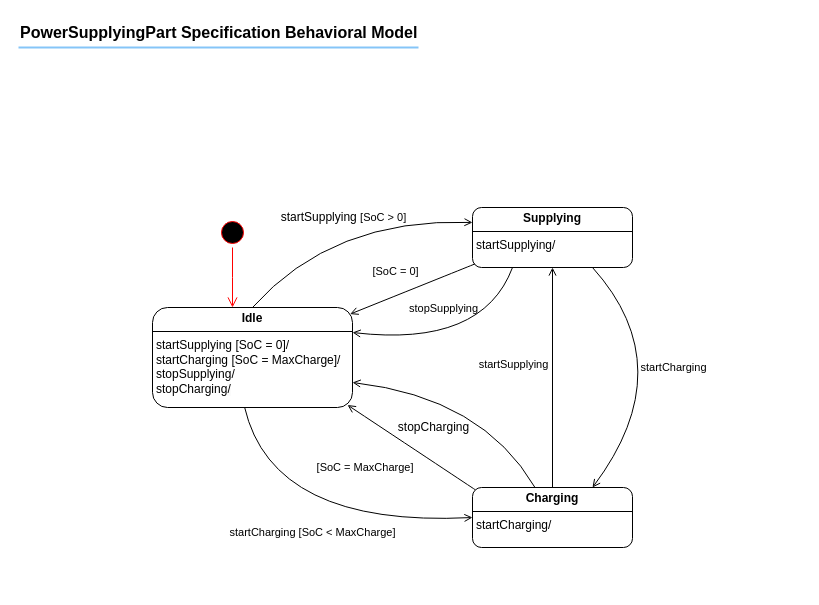
Before: version/4/KobrA_Specification-Behavioral-Model_PowerSupplyingPart.drawio in Mohammad-Si/convide-A02-MVE, a draw.io diagram. Source tidied: cells renumbered, new cells numbered last; positions are measured from the earlier drawing's top-left corner, leaving out a move shared by most shapes. Both pictures are drawn from the tidied source at 100%, with x=0, y=0 at pixel (18, 17).
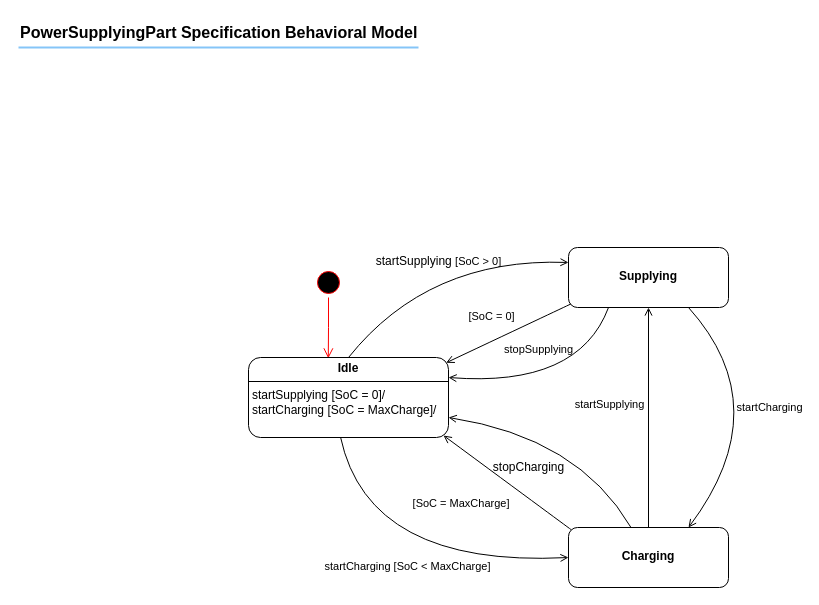
After the change.

Commit message:
removing methods

What changed in the source:
```diff
@@
     <mxCell id="4" style="ellipse;html=1;shape=startState;fillColor=#000000;strokeColor=#ff0000;" parent="1" vertex="1">
-      <mxGeometry x="199" y="200" width="30" height="30" as="geometry" />
+      <mxGeometry x="295" y="250" width="30" height="30" as="geometry" />
     </mxCell>
-    <mxCell id="5" style="edgeStyle=orthogonalEdgeStyle;html=1;verticalAlign=bottom;endArrow=open;endSize=8;strokeColor=#ff0000;rounded=0;entryX=0.5;entryY=0;entryDx=0;entryDy=0;" parent="1" edge="1" source="4">
-      <mxGeometry relative="1" as="geometry">
-        <mxPoint x="214" y="290" as="targetPoint" />
-      </mxGeometry>
+    <mxCell id="5" style="edgeStyle=orthogonalEdgeStyle;html=1;verticalAlign=bottom;endArrow=open;endSize=8;strokeColor=#ff0000;rounded=0;entryX=0.399;entryY=0.011;entryDx=0;entryDy=0;entryPerimeter=0;" parent="1" edge="1" source="4" target="22">
+      <mxGeometry relative="1" as="geometry" />
     </mxCell>
     <mxCell id="6" style="rounded=0;jettySize=auto;html=1;entryX=0;entryY=0.25;entryDx=0;entryDy=0;endArrow=open;endFill=0;elbow=vertical;curved=1;exitX=0.5;exitY=0;exitDx=0;exitDy=0;" parent="1" edge="1" source="22" target="14">
       <mxGeometry relative="1" as="geometry">
         <Array as="points">
-          <mxPoint x="314" y="200" />
+          <mxPoint x="410" y="240" />
         </Array>
       </mxGeometry>
     </mxCell>
@@
     <mxCell id="8" style="rounded=0;jettySize=auto;html=1;entryX=0;entryY=0.5;entryDx=0;entryDy=0;curved=1;endArrow=open;endFill=0;exitX=0.46;exitY=0.994;exitDx=0;exitDy=0;exitPerimeter=0;" parent="1" edge="1" source="22" target="21">
       <mxGeometry relative="1" as="geometry">
         <Array as="points">
-          <mxPoint x="254" y="510" />
+          <mxPoint x="350" y="550" />
         </Array>
       </mxGeometry>
     </mxCell>
@@
     <mxCell id="12" style="rounded=0;jettySize=auto;html=1;exitX=0.25;exitY=1;exitDx=0;exitDy=0;entryX=1;entryY=0.25;entryDx=0;entryDy=0;endArrow=open;endFill=0;curved=1;" parent="1" edge="1" source="14" target="22">
       <mxGeometry relative="1" as="geometry">
         <Array as="points">
-          <mxPoint x="464" y="330" />
+          <mxPoint x="560" y="370" />
         </Array>
       </mxGeometry>
     </mxCell>
@@
-    <mxCell id="14" value="&lt;p style=&quot;margin:0px;margin-top:4px;text-align:center;&quot;&gt;&lt;b&gt;Supplying&lt;/b&gt;&lt;/p&gt;&lt;hr size=&quot;1&quot; style=&quot;border-style:solid;&quot;&gt;&lt;p style=&quot;margin:0px;margin-left:4px;&quot;&gt;startSupplying/&lt;/p&gt;&lt;p style=&quot;margin:0px;margin-left:4px;&quot;&gt;&lt;br&gt;&lt;/p&gt;&lt;p style=&quot;margin:0px;margin-left:4px;&quot;&gt;&lt;br&gt;&lt;/p&gt;" style="verticalAlign=top;align=left;overflow=fill;html=1;whiteSpace=wrap;rounded=1;" parent="1" vertex="1">
-      <mxGeometry x="454" y="190" width="160" height="60" as="geometry" />
+    <mxCell id="14" value="&lt;p style=&quot;margin:0px;margin-top:4px;text-align:center;&quot;&gt;&lt;b&gt;&lt;br&gt;&lt;/b&gt;&lt;/p&gt;&lt;p style=&quot;margin:0px;margin-top:4px;text-align:center;&quot;&gt;&lt;b&gt;Supplying&lt;/b&gt;&lt;/p&gt;&lt;p style=&quot;margin:0px;margin-left:4px;&quot;&gt;&lt;br&gt;&lt;/p&gt;&lt;p style=&quot;margin:0px;margin-left:4px;&quot;&gt;&lt;br&gt;&lt;/p&gt;" style="verticalAlign=top;align=left;overflow=fill;html=1;whiteSpace=wrap;rounded=1;" parent="1" vertex="1">
+      <mxGeometry x="550" y="230" width="160" height="60" as="geometry" />
     </mxCell>
     <mxCell id="15" style="rounded=0;jettySize=auto;html=1;entryX=0.75;entryY=1;entryDx=0;entryDy=0;endArrow=none;endFill=0;curved=1;exitX=0.75;exitY=0;exitDx=0;exitDy=0;startArrow=open;startFill=0;" parent="1" edge="1" source="21" target="14">
       <mxGeometry relative="1" as="geometry">
         <Array as="points">
-          <mxPoint x="664" y="350" />
+          <mxPoint x="760" y="390" />
         </Array>
       </mxGeometry>
     </mxCell>
@@
     <mxCell id="17" style="rounded=0;jettySize=auto;html=1;entryX=1;entryY=0.75;entryDx=0;entryDy=0;curved=1;endArrow=open;endFill=0;" parent="1" edge="1" source="21" target="22">
       <mxGeometry relative="1" as="geometry">
         <Array as="points">
-          <mxPoint x="464" y="380" />
+          <mxPoint x="560" y="420" />
         </Array>
       </mxGeometry>
     </mxCell>
@@
-    <mxCell id="21" value="&lt;p style=&quot;margin:0px;margin-top:4px;text-align:center;&quot;&gt;&lt;b&gt;Charging&lt;/b&gt;&lt;/p&gt;&lt;hr size=&quot;1&quot; style=&quot;border-style:solid;&quot;&gt;&lt;p style=&quot;margin: 0px 0px 0px 4px;&quot;&gt;startCharging/&lt;/p&gt;&lt;div&gt;&lt;p style=&quot;margin: 0px 0px 0px 4px;&quot;&gt;&lt;br&gt;&lt;/p&gt;&lt;/div&gt;&lt;p style=&quot;margin: 0px 0px 0px 4px;&quot;&gt;&lt;br&gt;&lt;/p&gt;" style="verticalAlign=top;align=left;overflow=fill;html=1;whiteSpace=wrap;rounded=1;" parent="1" vertex="1">
-      <mxGeometry x="454" y="470" width="160" height="60" as="geometry" />
+    <mxCell id="21" value="&lt;p style=&quot;margin:0px;margin-top:4px;text-align:center;&quot;&gt;&lt;b&gt;&lt;br&gt;&lt;/b&gt;&lt;/p&gt;&lt;p style=&quot;margin:0px;margin-top:4px;text-align:center;&quot;&gt;&lt;b&gt;Charging&lt;/b&gt;&lt;/p&gt;&lt;div&gt;&lt;p style=&quot;margin: 0px 0px 0px 4px;&quot;&gt;&lt;br&gt;&lt;/p&gt;&lt;/div&gt;&lt;p style=&quot;margin: 0px 0px 0px 4px;&quot;&gt;&lt;br&gt;&lt;/p&gt;" style="verticalAlign=top;align=left;overflow=fill;html=1;whiteSpace=wrap;rounded=1;" parent="1" vertex="1">
+      <mxGeometry x="550" y="510" width="160" height="60" as="geometry" />
     </mxCell>
-    <mxCell id="22" value="&lt;p style=&quot;margin:0px;margin-top:4px;text-align:center;&quot;&gt;&lt;b&gt;Idle&lt;/b&gt;&lt;/p&gt;&lt;hr size=&quot;1&quot; style=&quot;border-style:solid;&quot;&gt;&lt;p style=&quot;margin: 0px 0px 0px 4px;&quot;&gt;startSupplying [SoC = 0]/&lt;/p&gt;&lt;p style=&quot;margin: 0px 0px 0px 4px;&quot;&gt;&lt;span style=&quot;color: light-dark(rgb(0, 0, 0), rgb(255, 255, 255)); background-color: transparent;&quot;&gt;startCharging&lt;/span&gt;&lt;span style=&quot;text-align: center; text-wrap-mode: nowrap; background-color: rgb(255, 255, 255);&quot;&gt;&amp;nbsp;[SoC = MaxCharge]/&lt;/span&gt;&lt;/p&gt;&lt;p style=&quot;margin: 0px 0px 0px 4px;&quot;&gt;&lt;span style=&quot;background-color: transparent; color: light-dark(rgb(0, 0, 0), rgb(255, 255, 255));&quot;&gt;stopSupplying&lt;/span&gt;/&lt;/p&gt;&lt;p style=&quot;margin: 0px 0px 0px 4px;&quot;&gt;&lt;span style=&quot;color: light-dark(rgb(0, 0, 0), rgb(255, 255, 255)); background-color: rgb(255, 255, 255);&quot;&gt;stopCharging&lt;/span&gt;&lt;span style=&quot;background-color: light-dark(rgb(251, 251, 251), rgb(21, 21, 21)); color: light-dark(rgb(0, 0, 0), rgb(255, 255, 255));&quot;&gt;/&lt;/span&gt;&lt;/p&gt;&lt;p style=&quot;margin:0px;margin-left:4px;&quot;&gt;&lt;br&gt;&lt;/p&gt;&lt;p style=&quot;margin:0px;margin-left:4px;&quot;&gt;&lt;br&gt;&lt;/p&gt;" style="verticalAlign=top;align=left;overflow=fill;html=1;whiteSpace=wrap;rounded=1;" parent="1" vertex="1">
-      <mxGeometry x="134" y="290" width="200" height="100" as="geometry" />
+    <mxCell id="22" value="&lt;p style=&quot;margin:0px;margin-top:4px;text-align:center;&quot;&gt;&lt;b&gt;Idle&lt;/b&gt;&lt;/p&gt;&lt;hr size=&quot;1&quot; style=&quot;border-style:solid;&quot;&gt;&lt;p style=&quot;margin: 0px 0px 0px 4px;&quot;&gt;startSupplying [SoC = 0]/&lt;/p&gt;&lt;p style=&quot;margin: 0px 0px 0px 4px;&quot;&gt;&lt;span style=&quot;color: light-dark(rgb(0, 0, 0), rgb(255, 255, 255)); background-color: transparent;&quot;&gt;startCharging&lt;/span&gt;&lt;span style=&quot;text-align: center; text-wrap-mode: nowrap; background-color: rgb(255, 255, 255);&quot;&gt;&amp;nbsp;[SoC = MaxCharge]/&lt;/span&gt;&lt;/p&gt;&lt;p style=&quot;margin: 0px 0px 0px 4px;&quot;&gt;&lt;br&gt;&lt;/p&gt;&lt;p style=&quot;margin:0px;margin-left:4px;&quot;&gt;&lt;br&gt;&lt;/p&gt;&lt;p style=&quot;margin:0px;margin-left:4px;&quot;&gt;&lt;br&gt;&lt;/p&gt;" style="verticalAlign=top;align=left;overflow=fill;html=1;whiteSpace=wrap;rounded=1;" parent="1" vertex="1">
+      <mxGeometry x="230" y="340" width="200" height="80" as="geometry" />
     </mxCell>
```
